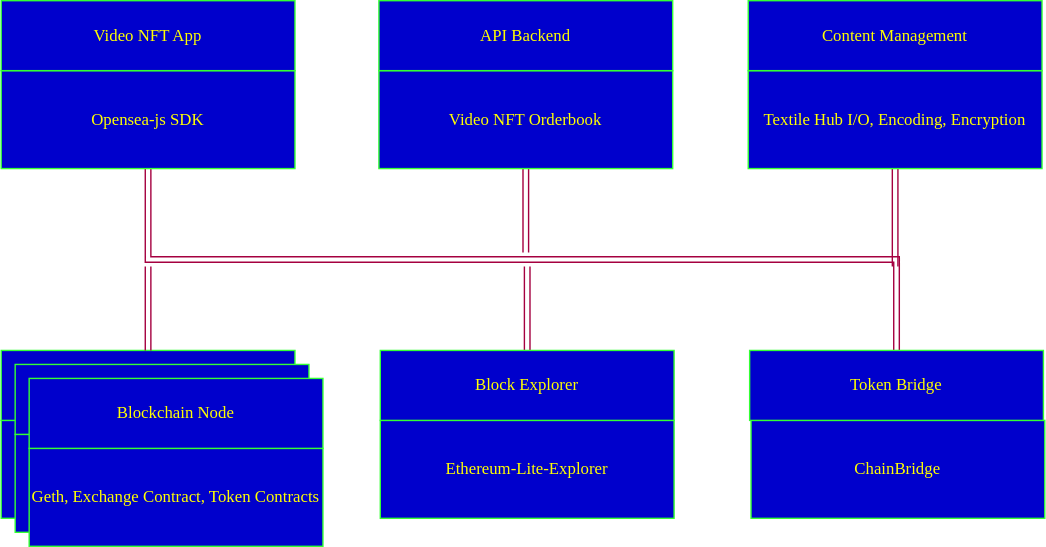
Earlier version of the draw.io export docs/devnet.drawio.svg (videocoin/videocoin-nft-devnet). Source tidied: cells renumbered, new cells last; positions are measured from the earlier drawing's top-left corner, leaving out a move shared by most shapes.
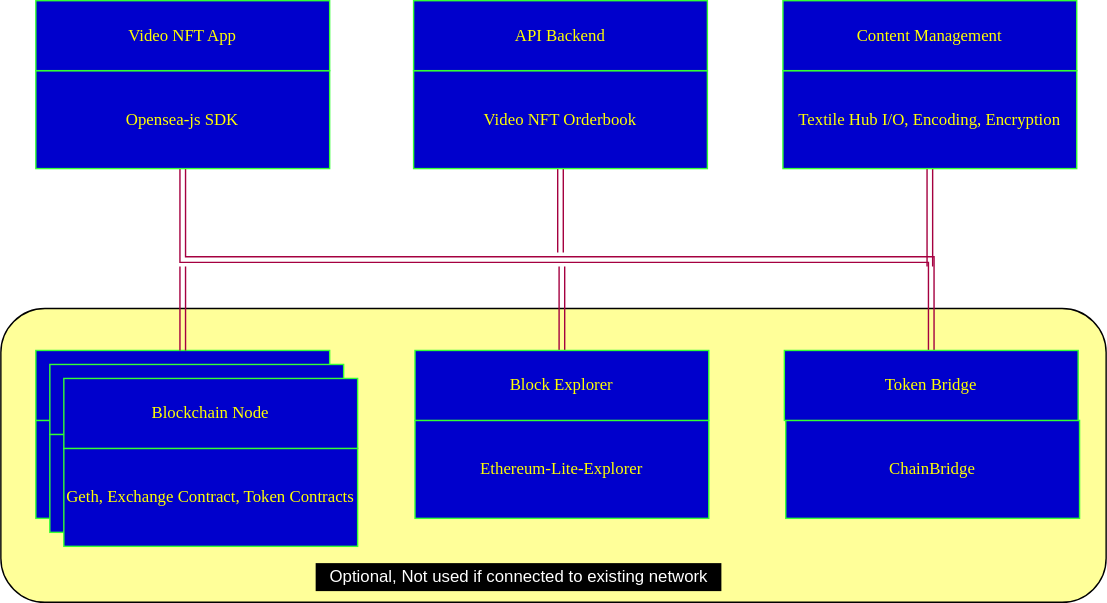
Later version of the same file.

The edit, as a diff of the source:
```diff
@@ -2,6 +2,9 @@
   <root>
     <mxCell id="0" />
     <mxCell id="1" parent="0" />
+    <mxCell id="23" style="rounded=1;whiteSpace=wrap;html=1;fillColor=#FFFF99;" parent="1" vertex="1">
+      <mxGeometry x="-25" y="220" width="790" height="210" as="geometry" />
+    </mxCell>
     <mxCell id="2" value="&lt;div style=&quot;line-height: 19px ; font-size: 12px&quot;&gt;&lt;br&gt;&lt;/div&gt;" style="whiteSpace=wrap;html=1;fontSize=12;fontFamily=Verdana;labelBackgroundColor=none;strokeColor=#33FF33;fontColor=#FFFF00;fillColor=#0000CC;" parent="1" vertex="1">
       <mxGeometry y="300" width="210" height="70" as="geometry" />
     </mxCell>
@@ -73,5 +76,8 @@
         <mxPoint x="105" y="190" as="targetPoint" />
       </mxGeometry>
     </mxCell>
+    <mxCell id="24" value="&lt;font color=&quot;#ffffff&quot;&gt;Optional, Not used if connected to existing network&lt;/font&gt;" style="text;html=1;align=center;verticalAlign=middle;strokeColor=none;rounded=0;fillColor=#000000;" parent="1" vertex="1">
+      <mxGeometry x="200" y="402" width="290" height="20" as="geometry" />
+    </mxCell>
   </root>
 </mxGraphModel>
```
